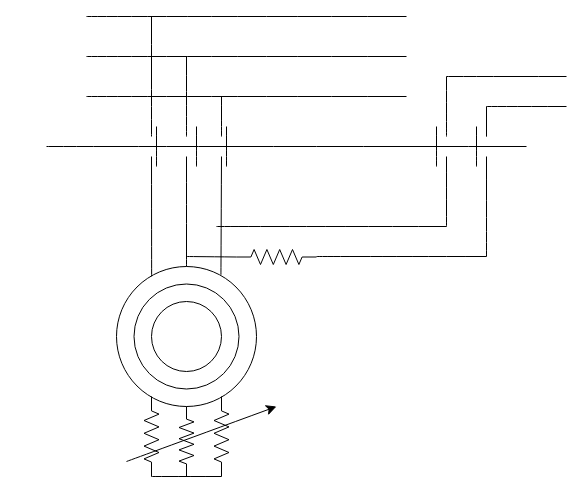
This is page "Page-1" (1 of 2) of Untitled Diagram.drawio from CoderKinley/backendfile, a draw.io file, before an edit. Source tidied: cells renumbered, new cells numbered last; positions are measured from the earlier drawing's top-left corner, leaving out a move shared by most shapes. Both pictures are drawn from the tidied source at 100%, with x=0, y=0 at pixel (46, 16).
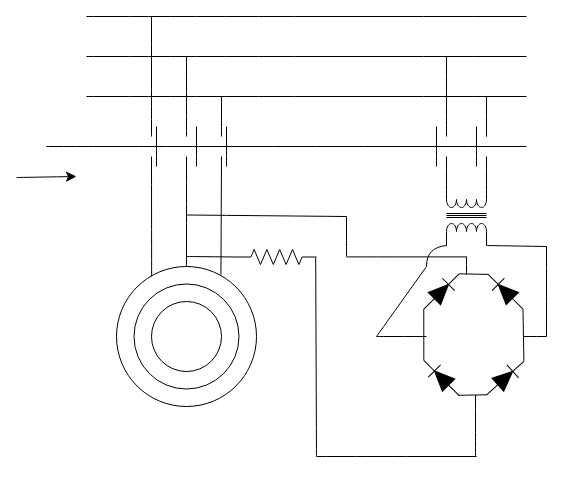
Above is the later version.

Unchanged cells that the change refers to:
```xml
<mxCell id="33" style="verticalLabelPosition=bottom;shadow=0;dashed=0;align=center;html=1;verticalAlign=top;shape=mxgraph.electrical.resistors.resistor_2;fontSize=16;rotation=0;" parent="1" vertex="1">
  <mxGeometry x="190" y="233" width="80" height="15" as="geometry" />
</mxCell>
```

Diff of the diagram source:
```diff
@@
     <mxCell id="3" style="endArrow=none;html=1;rounded=0;fontSize=12;startSize=8;endSize=8;curved=1;" parent="1" edge="1">
       <mxGeometry relative="1" as="geometry">
         <mxPoint x="40" y="80" as="sourcePoint" />
-        <mxPoint x="360" y="80" as="targetPoint" />
+        <mxPoint x="480" y="80" as="targetPoint" />
       </mxGeometry>
     </mxCell>
     <mxCell id="4" style="endArrow=none;html=1;rounded=0;fontSize=12;startSize=8;endSize=8;curved=1;" parent="1" edge="1">
       <mxGeometry relative="1" as="geometry">
         <mxPoint x="40" y="40" as="sourcePoint" />
-        <mxPoint x="360" y="40" as="targetPoint" />
+        <mxPoint x="480" y="40" as="targetPoint" />
       </mxGeometry>
     </mxCell>
     <mxCell id="5" style="endArrow=none;html=1;rounded=0;fontSize=12;startSize=8;endSize=8;curved=1;" parent="1" edge="1">
       <mxGeometry relative="1" as="geometry">
         <mxPoint x="40" as="sourcePoint" />
-        <mxPoint x="360" as="targetPoint" />
+        <mxPoint x="480" as="targetPoint" />
       </mxGeometry>
     </mxCell>
@@
     <mxCell id="15" style="endArrow=none;html=1;rounded=0;fontSize=12;startSize=8;endSize=8;curved=1;" parent="1" edge="1">
       <mxGeometry relative="1" as="geometry">
         <mxPoint x="400" y="120" as="sourcePoint" />
-        <mxPoint x="400" y="60" as="targetPoint" />
+        <mxPoint x="400" y="40" as="targetPoint" />
         <Array as="points">
           <mxPoint x="400" y="120" />
         </Array>
       </mxGeometry>
     </mxCell>
     <mxCell id="16" style="endArrow=none;html=1;rounded=0;fontSize=12;startSize=8;endSize=8;curved=1;" parent="1" edge="1">
       <mxGeometry relative="1" as="geometry">
         <mxPoint x="440" y="100" as="sourcePoint" />
-        <mxPoint x="440" y="90" as="targetPoint" />
+        <mxPoint x="440" y="80" as="targetPoint" />
         <Array as="points">
           <mxPoint x="440" y="130" />
           <mxPoint x="440" y="100" />
         </Array>
       </mxGeometry>
     </mxCell>
-    <mxCell id="17" style="endArrow=none;html=1;rounded=0;fontSize=12;startSize=8;endSize=8;curved=1;" parent="1" edge="1">
-      <mxGeometry relative="1" as="geometry">
-        <mxPoint x="400" y="60" as="sourcePoint" />
-        <mxPoint x="520" y="60" as="targetPoint" />
-      </mxGeometry>
-    </mxCell>
-    <mxCell id="18" style="endArrow=none;html=1;rounded=0;fontSize=12;startSize=8;endSize=8;curved=1;" parent="1" edge="1">
-      <mxGeometry relative="1" as="geometry">
-        <mxPoint x="440" y="90" as="sourcePoint" />
-        <mxPoint x="520" y="90" as="targetPoint" />
-      </mxGeometry>
-    </mxCell>
-    <mxCell id="19" style="endArrow=none;html=1;rounded=0;fontSize=12;startSize=8;endSize=8;curved=1;" parent="1" edge="1">
-      <mxGeometry relative="1" as="geometry">
-        <mxPoint x="270" y="240" as="sourcePoint" />
-        <mxPoint x="440" y="240" as="targetPoint" />
-      </mxGeometry>
-    </mxCell>
-    <mxCell id="20" style="endArrow=none;html=1;rounded=0;fontSize=12;startSize=8;endSize=8;curved=1;" parent="1" edge="1">
-      <mxGeometry relative="1" as="geometry">
-        <mxPoint x="170" y="210" as="sourcePoint" />
-        <mxPoint x="400" y="210" as="targetPoint" />
-      </mxGeometry>
-    </mxCell>
     <mxCell id="21" style="endArrow=none;html=1;rounded=0;fontSize=12;startSize=8;endSize=8;curved=1;" parent="1" edge="1">
       <mxGeometry relative="1" as="geometry">
-        <mxPoint x="400" y="210" as="sourcePoint" />
+        <mxPoint x="400" y="170" as="sourcePoint" />
         <mxPoint x="400" y="140" as="targetPoint" />
       </mxGeometry>
     </mxCell>
     <mxCell id="22" style="endArrow=none;html=1;rounded=0;fontSize=12;startSize=8;endSize=8;curved=1;" parent="1" edge="1">
       <mxGeometry relative="1" as="geometry">
-        <mxPoint x="440" y="240" as="sourcePoint" />
+        <mxPoint x="440" y="170" as="sourcePoint" />
         <mxPoint x="440" y="140" as="targetPoint" />
       </mxGeometry>
     </mxCell>
@@
-    <mxCell id="28" style="verticalLabelPosition=bottom;shadow=0;dashed=0;align=center;html=1;verticalAlign=top;shape=mxgraph.electrical.resistors.resistor_2;fontSize=16;rotation=90;" parent="1" vertex="1">
-      <mxGeometry x="65" y="412.5" width="80" height="15" as="geometry" />
-    </mxCell>
-    <mxCell id="29" style="verticalLabelPosition=bottom;shadow=0;dashed=0;align=center;html=1;verticalAlign=top;shape=mxgraph.electrical.resistors.resistor_2;fontSize=16;rotation=90;" parent="1" vertex="1">
-      <mxGeometry x="105" y="417.5" width="70" height="15" as="geometry" />
-    </mxCell>
-    <mxCell id="30" style="verticalLabelPosition=bottom;shadow=0;dashed=0;align=center;html=1;verticalAlign=top;shape=mxgraph.electrical.resistors.resistor_2;fontSize=16;rotation=90;" parent="1" vertex="1">
-      <mxGeometry x="135" y="412.5" width="80" height="15" as="geometry" />
-    </mxCell>
-    <mxCell id="31" style="endArrow=none;html=1;rounded=0;fontSize=12;startSize=8;endSize=8;curved=1;entryX=1;entryY=0.5;entryDx=0;entryDy=0;entryPerimeter=0;" parent="1" edge="1" target="30">
-      <mxGeometry relative="1" as="geometry">
-        <mxPoint x="105" y="460" as="sourcePoint" />
-      </mxGeometry>
-    </mxCell>
-    <mxCell id="32" style="endArrow=classic;html=1;rounded=0;fontSize=12;startSize=8;endSize=8;curved=1;" parent="1" edge="1">
-      <mxGeometry relative="1" as="geometry">
-        <mxPoint x="80" y="445" as="sourcePoint" />
-        <mxPoint x="230" y="390" as="targetPoint" />
-      </mxGeometry>
-    </mxCell>
@@
+    <mxCell id="35" style="fillColor=strokeColor;verticalLabelPosition=bottom;shadow=0;dashed=0;align=center;html=1;verticalAlign=top;shape=mxgraph.electrical.diodes.diode;fontSize=16;rotation=-135;direction=south;" parent="1" vertex="1">
+      <mxGeometry x="386.2" y="250" width="17.5" height="50" as="geometry" />
+    </mxCell>
+    <mxCell id="36" style="fillColor=strokeColor;verticalLabelPosition=bottom;shadow=0;dashed=0;align=center;html=1;verticalAlign=top;shape=mxgraph.electrical.diodes.diode;fontSize=16;rotation=-42;" parent="1" vertex="1">
+      <mxGeometry x="433.8" y="352.8" width="50" height="17.5" as="geometry" />
+    </mxCell>
+    <mxCell id="37" style="fillColor=strokeColor;verticalLabelPosition=bottom;shadow=0;dashed=0;align=center;html=1;verticalAlign=top;shape=mxgraph.electrical.diodes.diode;fontSize=16;rotation=-135;" parent="1" vertex="1">
+      <mxGeometry x="370" y="352.8" width="50" height="17.5" as="geometry" />
+    </mxCell>
+    <mxCell id="38" style="fillColor=strokeColor;verticalLabelPosition=bottom;shadow=0;dashed=0;align=center;html=1;verticalAlign=top;shape=mxgraph.electrical.diodes.diode;fontSize=16;rotation=-135;" parent="1" vertex="1">
+      <mxGeometry x="433.8" y="266.2" width="50" height="17.5" as="geometry" />
+    </mxCell>
+    <mxCell id="39" style="endArrow=none;html=1;rounded=0;fontSize=12;startSize=8;endSize=8;curved=1;entryX=0;entryY=0.5;entryDx=0;entryDy=0;entryPerimeter=0;exitX=1;exitY=0.5;exitDx=0;exitDy=0;exitPerimeter=0;" parent="1" edge="1" source="37" target="35">
+      <mxGeometry relative="1" as="geometry" />
+    </mxCell>
+    <mxCell id="40" style="endArrow=none;html=1;rounded=0;fontSize=12;startSize=8;endSize=8;curved=1;entryX=0.987;entryY=0.488;entryDx=0;entryDy=0;entryPerimeter=0;exitX=1;exitY=0.5;exitDx=0;exitDy=0;exitPerimeter=0;" parent="1" edge="1" source="35" target="38">
+      <mxGeometry relative="1" as="geometry" />
+    </mxCell>
+    <mxCell id="41" style="endArrow=none;html=1;rounded=0;fontSize=12;startSize=8;endSize=8;curved=1;entryX=0;entryY=0.5;entryDx=0;entryDy=0;entryPerimeter=0;exitX=1;exitY=0.5;exitDx=0;exitDy=0;exitPerimeter=0;" parent="1" edge="1" source="36" target="38">
+      <mxGeometry relative="1" as="geometry" />
+    </mxCell>
+    <mxCell id="42" style="endArrow=none;html=1;rounded=0;fontSize=12;startSize=8;endSize=8;curved=1;entryX=0.007;entryY=0.518;entryDx=0;entryDy=0;entryPerimeter=0;exitX=0.014;exitY=0.493;exitDx=0;exitDy=0;exitPerimeter=0;" parent="1" edge="1" source="37" target="36">
+      <mxGeometry relative="1" as="geometry" />
+    </mxCell>
+    <mxCell id="43" style="verticalLabelPosition=bottom;shadow=0;dashed=0;align=center;html=1;verticalAlign=top;shape=mxgraph.electrical.inductors.transformer_1;fontSize=16;" parent="1" vertex="1">
+      <mxGeometry x="400" y="169" width="40" height="60" as="geometry" />
+    </mxCell>
+    <mxCell id="44" style="endArrow=none;html=1;rounded=0;fontSize=12;startSize=8;endSize=8;curved=1;" parent="1" edge="1">
+      <mxGeometry relative="1" as="geometry">
+        <mxPoint x="500" y="320" as="sourcePoint" />
+        <mxPoint x="500" y="230" as="targetPoint" />
+      </mxGeometry>
+    </mxCell>
+    <mxCell id="45" style="endArrow=none;html=1;rounded=0;fontSize=12;startSize=8;endSize=8;curved=1;" parent="1" edge="1">
+      <mxGeometry relative="1" as="geometry">
+        <mxPoint x="330" y="320" as="sourcePoint" />
+        <mxPoint x="380" y="320" as="targetPoint" />
+      </mxGeometry>
+    </mxCell>
+    <mxCell id="46" style="endArrow=none;html=1;rounded=0;fontSize=12;startSize=8;endSize=8;curved=1;" parent="1" edge="1">
+      <mxGeometry relative="1" as="geometry">
+        <mxPoint x="420" y="258" as="sourcePoint" />
+        <mxPoint x="420" y="240" as="targetPoint" />
+      </mxGeometry>
+    </mxCell>
+    <mxCell id="47" style="endArrow=none;html=1;rounded=0;fontSize=12;startSize=8;endSize=8;curved=1;" parent="1" edge="1">
+      <mxGeometry relative="1" as="geometry">
+        <mxPoint x="140" y="198.5" as="sourcePoint" />
+        <mxPoint x="300" y="200" as="targetPoint" />
+      </mxGeometry>
+    </mxCell>
+    <mxCell id="48" style="endArrow=none;html=1;rounded=0;fontSize=12;startSize=8;endSize=8;curved=1;" parent="1" edge="1">
+      <mxGeometry relative="1" as="geometry">
+        <mxPoint x="300" y="240" as="sourcePoint" />
+        <mxPoint x="300" y="200" as="targetPoint" />
+      </mxGeometry>
+    </mxCell>
+    <mxCell id="49" style="endArrow=none;html=1;rounded=0;fontSize=12;startSize=8;endSize=8;curved=1;" parent="1" edge="1">
+      <mxGeometry relative="1" as="geometry">
+        <mxPoint x="300" y="240.4" as="sourcePoint" />
+        <mxPoint x="420" y="240.4" as="targetPoint" />
+      </mxGeometry>
+    </mxCell>
+    <mxCell id="50" style="endArrow=none;html=1;rounded=0;fontSize=12;startSize=8;endSize=8;curved=1;" parent="1" edge="1">
+      <mxGeometry relative="1" as="geometry">
+        <mxPoint x="270" y="440" as="sourcePoint" />
+        <mxPoint x="430" y="440" as="targetPoint" />
+      </mxGeometry>
+    </mxCell>
+    <mxCell id="51" style="endArrow=none;html=1;rounded=0;fontSize=12;startSize=8;endSize=8;curved=1;" parent="1" edge="1">
+      <mxGeometry relative="1" as="geometry">
+        <mxPoint x="429" y="440" as="sourcePoint" />
+        <mxPoint x="429" y="378.5" as="targetPoint" />
+      </mxGeometry>
+    </mxCell>
+    <mxCell id="52" style="endArrow=none;html=1;rounded=0;fontSize=12;startSize=8;endSize=8;curved=1;entryX=0.99;entryY=0.532;entryDx=0;entryDy=0;entryPerimeter=0;" parent="1" edge="1" target="33">
+      <mxGeometry relative="1" as="geometry">
+        <mxPoint x="270" y="440" as="sourcePoint" />
+      </mxGeometry>
+    </mxCell>
+    <mxCell id="53" style="endArrow=none;html=1;rounded=0;fontSize=12;startSize=8;endSize=8;curved=1;" parent="1" edge="1">
+      <mxGeometry relative="1" as="geometry">
+        <mxPoint x="477" y="320" as="sourcePoint" />
+        <mxPoint x="500" y="320" as="targetPoint" />
+      </mxGeometry>
+    </mxCell>
+    <mxCell id="54" style="endArrow=none;html=1;rounded=0;fontSize=12;startSize=8;endSize=8;curved=1;" parent="1" edge="1">
+      <mxGeometry relative="1" as="geometry">
+        <mxPoint x="440" y="229" as="sourcePoint" />
+        <mxPoint x="500" y="230" as="targetPoint" />
+      </mxGeometry>
+    </mxCell>
+    <mxCell id="55" style="endArrow=none;html=1;rounded=0;fontSize=12;startSize=8;endSize=8;curved=1;" parent="1" edge="1">
+      <mxGeometry relative="1" as="geometry">
+        <mxPoint x="380" y="250" as="sourcePoint" />
+        <mxPoint x="400" y="229" as="targetPoint" />
+        <Array as="points">
+          <mxPoint x="380" y="240" />
+          <mxPoint x="390" y="230" />
+        </Array>
+      </mxGeometry>
+    </mxCell>
+    <mxCell id="56" style="endArrow=none;html=1;rounded=0;fontSize=12;startSize=8;endSize=8;curved=1;" parent="1" edge="1">
+      <mxGeometry relative="1" as="geometry">
+        <mxPoint x="330" y="320" as="sourcePoint" />
+        <mxPoint x="380" y="250" as="targetPoint" />
+      </mxGeometry>
+    </mxCell>
+    <mxCell id="57" style="endArrow=classic;html=1;rounded=0;fontSize=12;startSize=8;endSize=8;curved=1;" parent="1" edge="1">
+      <mxGeometry relative="1" as="geometry">
+        <mxPoint x="-30" y="161" as="sourcePoint" />
+        <mxPoint x="30" y="160" as="targetPoint" />
+      </mxGeometry>
+    </mxCell>
```
